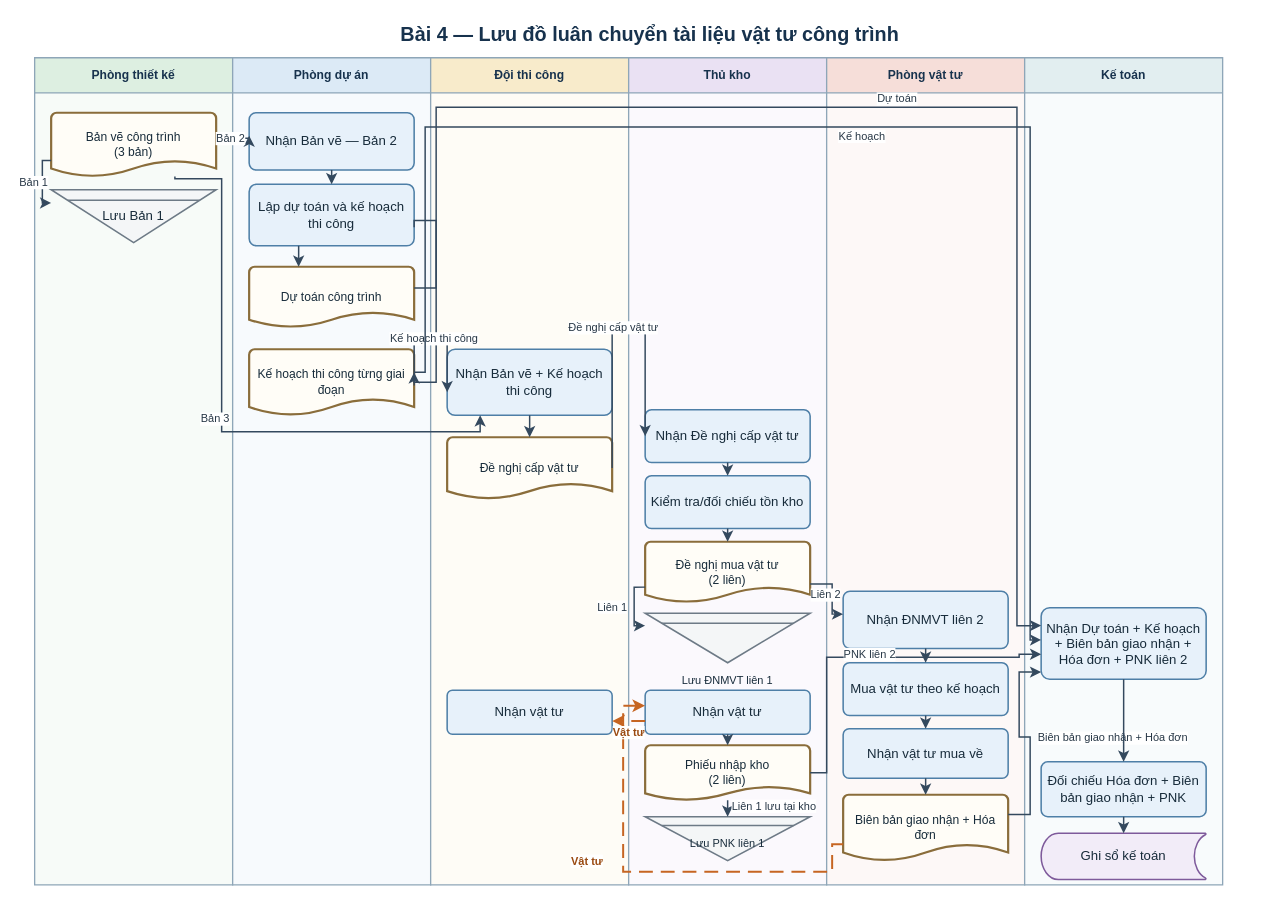
The draw.io diagram assets/drawio/08_material_document_flow.drawio in saigonbaddielover/thtrang, before the edit. Source tidied: cells renumbered, new cells numbered last; positions are measured from the earlier drawing's top-left corner, leaving out a move shared by most shapes. Both pictures are drawn from the tidied source at 110%, with x=0, y=0 at pixel (34, 19).
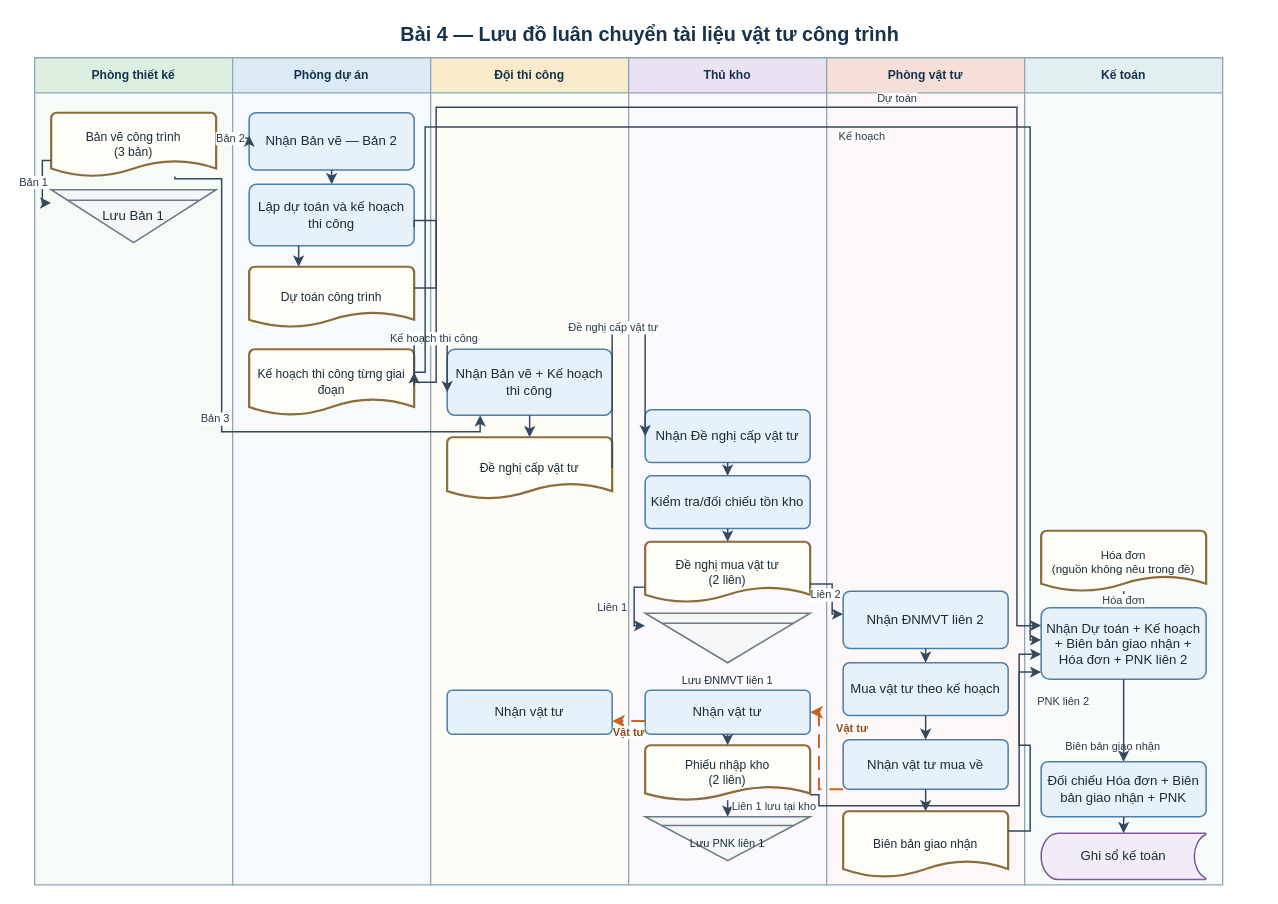
The same diagram, later.

Unchanged cells that the change refers to:
```xml
<mxCell id="7" value="Phòng vật tư" style="swimlane;horizontal=1;startSize=32;html=1;whiteSpace=wrap;fontFamily=Arial;fontSize=11;fontStyle=1;fontColor=#17324D;align=center;verticalAlign=middle;rounded=0;fillColor=#F6DED9;swimlaneFillColor=#FDF8F7;strokeColor=#8EA6B8;strokeWidth=1.2;" parent="1" vertex="1">
  <mxGeometry x="720" y="35" width="180" height="752" as="geometry" />
</mxCell>
<mxCell id="8" value="Kế toán" style="swimlane;horizontal=1;startSize=32;html=1;whiteSpace=wrap;fontFamily=Arial;fontSize=11;fontStyle=1;fontColor=#17324D;align=center;verticalAlign=middle;rounded=0;fillColor=#E2EEF0;swimlaneFillColor=#F8FBFC;strokeColor=#8EA6B8;strokeWidth=1.2;" parent="1" vertex="1">
  <mxGeometry x="900" y="35" width="180" height="752" as="geometry" />
</mxCell>
<mxCell id="22" value="Nhận vật tư" style="rounded=1;arcSize=12;html=1;whiteSpace=wrap;fontFamily=Arial;align=center;verticalAlign=middle;fontColor=#172B3A; fontSize=11;spacing=5;fillColor=#E7F1FA;strokeColor=#4E7FA7;strokeWidth=1.4;" parent="6" vertex="1">
  <mxGeometry x="15" y="575" width="150" height="40" as="geometry" />
</mxCell>
<mxCell id="23" value="Phiếu nhập kho&lt;br&gt;(2 liên)" style="strokeWidth=2;shape=mxgraph.flowchart.document2;size=0.25;html=1;whiteSpace=wrap;fontFamily=Arial;align=center;verticalAlign=middle;fontColor=#172B3A;fontSize=11;spacing=4;fillColor=#FFFDF7;strokeColor=#8A6D3B;" parent="6" vertex="1">
  <mxGeometry x="15" y="625" width="150" height="50" as="geometry" />
</mxCell>
<mxCell id="29" value="Nhận Dự toán + Kế hoạch + Biên bản giao nhận + Hóa đơn + PNK liên 2" style="rounded=1;arcSize=12;html=1;whiteSpace=wrap;fontFamily=Arial;align=center;verticalAlign=middle;fontColor=#172B3A; fontSize=11;spacing=5;fillColor=#E7F1FA;strokeColor=#4E7FA7;strokeWidth=1.4;" parent="8" vertex="1">
  <mxGeometry x="15" y="500" width="150" height="65" as="geometry" />
</mxCell>
```

Change to the diagram source:
```diff
@@
     <mxCell id="27" value="Nhận vật tư mua về" style="rounded=1;arcSize=12;html=1;whiteSpace=wrap;fontFamily=Arial;align=center;verticalAlign=middle;fontColor=#172B3A; fontSize=11;spacing=5;fillColor=#E7F1FA;strokeColor=#4E7FA7;strokeWidth=1.4;" parent="7" vertex="1">
-      <mxGeometry x="15" y="610" width="150" height="45" as="geometry" />
+      <mxGeometry x="15" y="620" width="150" height="45" as="geometry" />
     </mxCell>
-    <mxCell id="28" value="Biên bản giao nhận + Hóa đơn" style="strokeWidth=2;shape=mxgraph.flowchart.document2;size=0.25;html=1;whiteSpace=wrap;fontFamily=Arial;align=center;verticalAlign=middle;fontColor=#172B3A;fontSize=11;spacing=4;fillColor=#FFFDF7;strokeColor=#8A6D3B;" parent="7" vertex="1">
-      <mxGeometry x="15" y="670" width="150" height="60" as="geometry" />
+    <mxCell id="28" value="Biên bản giao nhận" style="strokeWidth=2;shape=mxgraph.flowchart.document2;size=0.25;html=1;whiteSpace=wrap;fontFamily=Arial;align=center;verticalAlign=middle;fontColor=#172B3A;fontSize=11;spacing=4;fillColor=#FFFDF7;strokeColor=#8A6D3B;" parent="7" vertex="1">
+      <mxGeometry x="15" y="685" width="150" height="60" as="geometry" />
     </mxCell>
+    <mxCell id="58" value="Hóa đơn&lt;br&gt;(nguồn không nêu trong đề)" style="strokeWidth=2;shape=mxgraph.flowchart.document2;size=0.25;html=1;whiteSpace=wrap;fontFamily=Arial;align=center;verticalAlign=middle;fontColor=#172B3A;fontSize=10.5;spacing=4;fillColor=#FFFDF7;strokeColor=#8A6D3B;" parent="8" vertex="1">
+      <mxGeometry x="15" y="430" width="150" height="55" as="geometry" />
+    </mxCell>
@@
-    <mxCell id="50" value="Biên bản giao nhận + Hóa đơn" style="edgeStyle=orthogonalEdgeStyle;rounded=0;jettySize=auto;html=1;fontFamily=Arial;fontSize=10;fontColor=#273746;labelBackgroundColor=#FFFFFF;strokeColor=#34495E;strokeWidth=1.35;endArrow=classic;endFill=1;exitX=1;exitY=0.3;entryX=0;entryY=0.9;" parent="1" edge="1" source="28" target="29">
+    <mxCell id="50" value="Biên bản giao nhận" style="edgeStyle=orthogonalEdgeStyle;rounded=0;jettySize=auto;html=1;fontFamily=Arial;fontSize=10;fontColor=#273746;labelBackgroundColor=#FFFFFF;strokeColor=#34495E;strokeWidth=1.35;endArrow=classic;endFill=1;exitX=1;exitY=0.3;entryX=0;entryY=0.9;" parent="1" edge="1" source="28" target="29">
       <mxGeometry relative="1" as="geometry">
         <mxPoint x="75" as="offset" />
       </mxGeometry>
     </mxCell>
-    <mxCell id="51" value="Vật tư" style="edgeStyle=orthogonalEdgeStyle;rounded=0;jettySize=auto;html=1;fontFamily=Arial;fontSize=10;fontStyle=1;fontColor=#9A4A11;labelBackgroundColor=#FFFFFF;strokeColor=#C66522;strokeWidth=1.8;dashed=1;dashPattern=7 4;endArrow=classic;endFill=1;exitX=0;exitY=0.75;entryX=0;entryY=0.35;" parent="1" edge="1" source="28" target="22">
-      <mxGeometry relative="1" as="geometry">
+    <mxCell id="51" value="Vật tư" style="edgeStyle=orthogonalEdgeStyle;rounded=0;jettySize=auto;html=1;fontFamily=Arial;fontSize=10;fontStyle=1;fontColor=#9A4A11;labelBackgroundColor=#FFFFFF;strokeColor=#C66522;strokeWidth=1.8;dashed=1;dashPattern=7 4;endArrow=classic;endFill=1;exitX=0;exitY=1;entryX=1;entryY=0.5;" parent="1" edge="1" source="27" target="22">
+      <mxGeometry x="0.6" relative="1" as="geometry">
         <Array as="points">
-          <mxPoint x="725" y="750" />
-          <mxPoint x="725" y="775" />
-          <mxPoint x="535" y="775" />
-          <mxPoint x="535" y="624" />
+          <mxPoint x="713" y="700" />
+          <mxPoint x="713" y="630" />
         </Array>
-        <mxPoint x="-60" y="-10" as="offset" />
+        <mxPoint x="30" y="2" as="offset" />
       </mxGeometry>
     </mxCell>
@@
-    <mxCell id="53" value="PNK liên 2" style="edgeStyle=orthogonalEdgeStyle;rounded=0;jettySize=auto;html=1;fontFamily=Arial;fontSize=10;fontColor=#273746;labelBackgroundColor=#FFFFFF;strokeColor=#34495E;strokeWidth=1.35;endArrow=classic;endFill=1;exitX=1;exitY=0.5;entryX=0;entryY=0.65;" parent="1" edge="1" source="23" target="29">
-      <mxGeometry relative="1" as="geometry">
+    <mxCell id="53" value="PNK liên 2" style="edgeStyle=orthogonalEdgeStyle;rounded=0;jettySize=auto;html=1;fontFamily=Arial;fontSize=10;fontColor=#273746;labelBackgroundColor=#FFFFFF;strokeColor=#34495E;strokeWidth=1.35;endArrow=classic;endFill=1;exitX=1;exitY=0.9;entryX=0;entryY=0.65;" parent="1" edge="1" source="23" target="29">
+      <mxGeometry x="0.65" relative="1" as="geometry">
         <Array as="points">
-          <mxPoint x="720" y="685" />
-          <mxPoint x="720" y="580" />
-          <mxPoint x="895" y="580" />
+          <mxPoint x="713" y="705" />
+          <mxPoint x="713" y="715" />
+          <mxPoint x="895" y="715" />
           <mxPoint x="895" y="577" />
         </Array>
-        <mxPoint y="-3" as="offset" />
+        <mxPoint x="40" as="offset" />
       </mxGeometry>
     </mxCell>
@@
+    <mxCell id="59" value="Hóa đơn" style="edgeStyle=orthogonalEdgeStyle;rounded=0;jettySize=auto;html=1;fontFamily=Arial;fontSize=10;fontColor=#273746;labelBackgroundColor=#FFFFFF;strokeColor=#34495E;strokeWidth=1.35;endArrow=classic;endFill=1;exitX=0.5;exitY=1;entryX=0.5;entryY=0;" parent="1" edge="1" source="58" target="29">
+      <mxGeometry relative="1" as="geometry" />
+    </mxCell>
```
